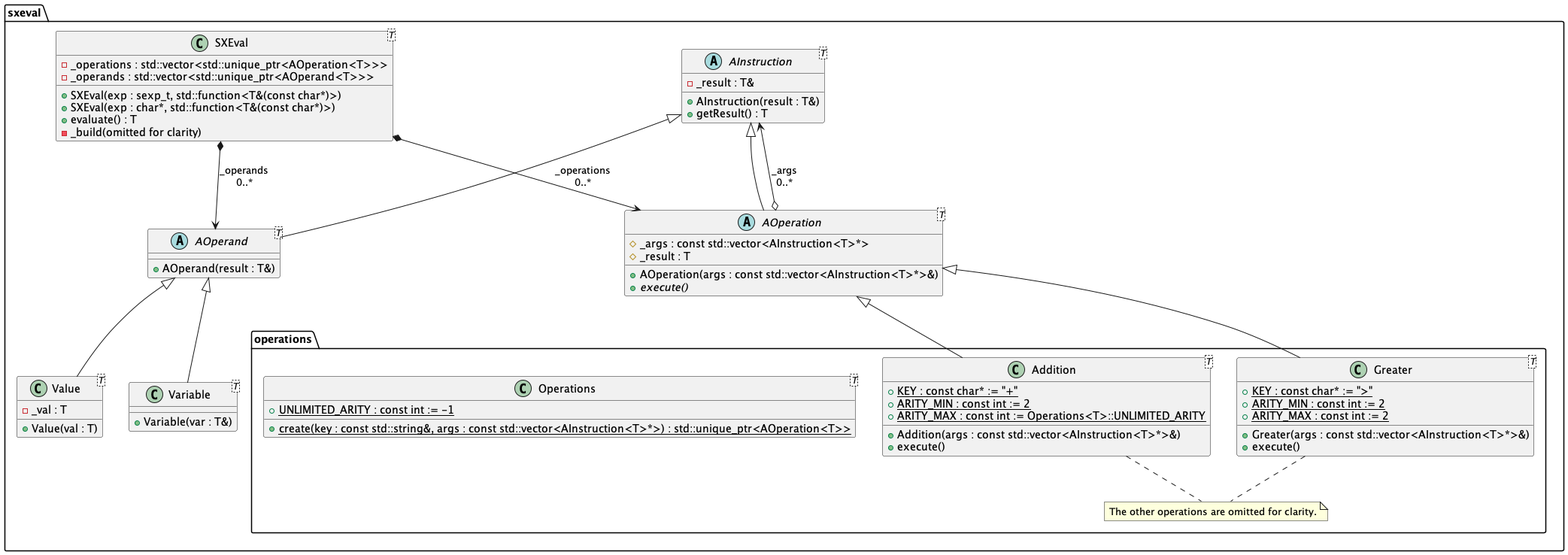
The PlantUML diagram uml/class-diagram.png in abadiet/SXEval, before a commit.
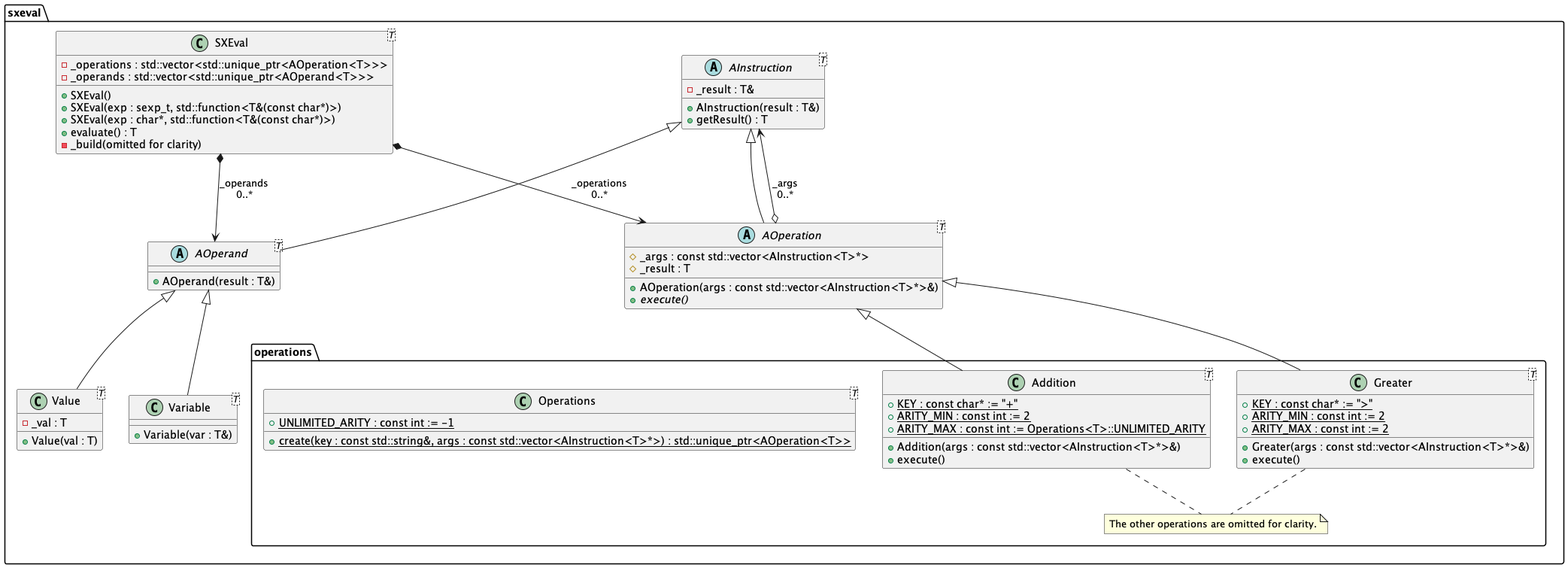
After the change.

Change to the diagram source:
```diff
@@ -5,6 +5,7 @@
     class SXEval<T> {
         -_operations : std::vector<std::unique_ptr<AOperation<T>>>
         -_operands : std::vector<std::unique_ptr<AOperand<T>>>
+        +SXEval()
         +SXEval(exp : sexp_t, std::function<T&(const char*)>)
         +SXEval(exp : char*, std::function<T&(const char*)>)
         +evaluate() : T
```
